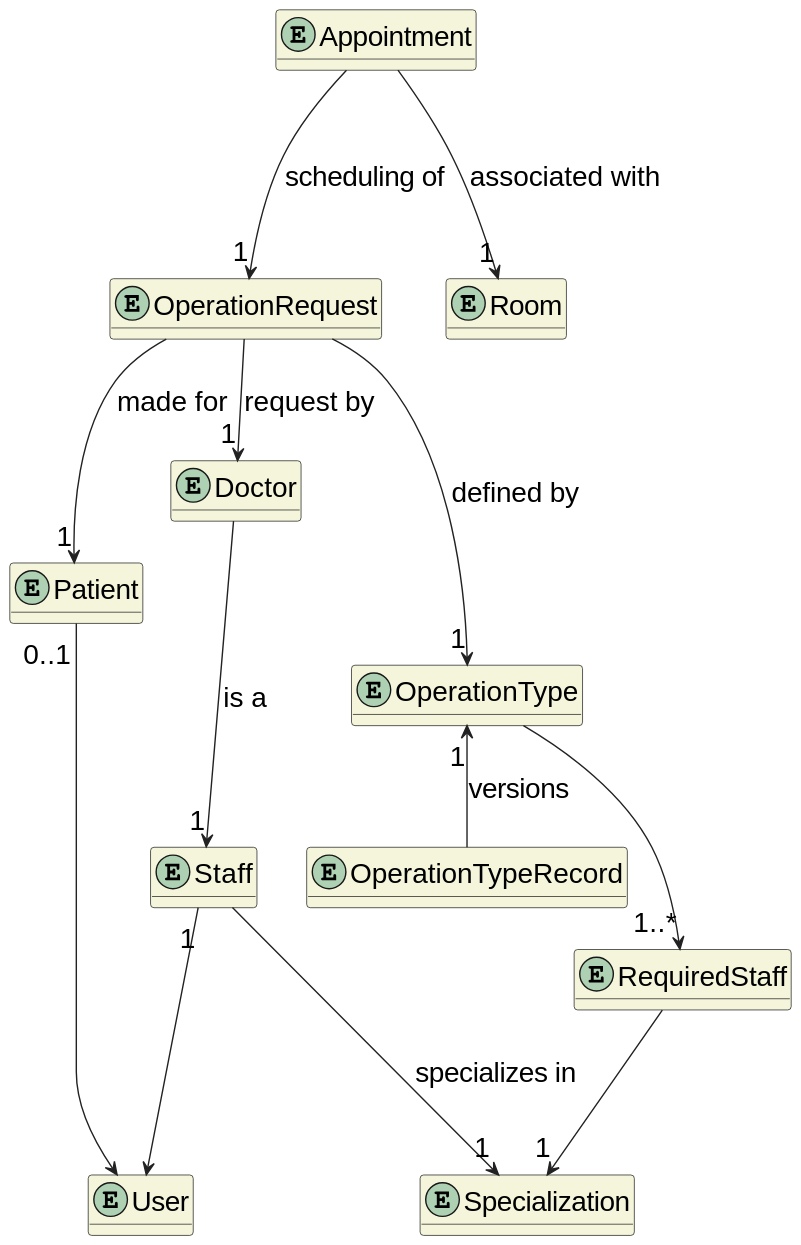
This is docs/sprint-3/team-decisions/domain-model/domain-model-simplification.svg from rita-barbosa/LAPR5-2425, a PlantUML export, as it was before one commit.
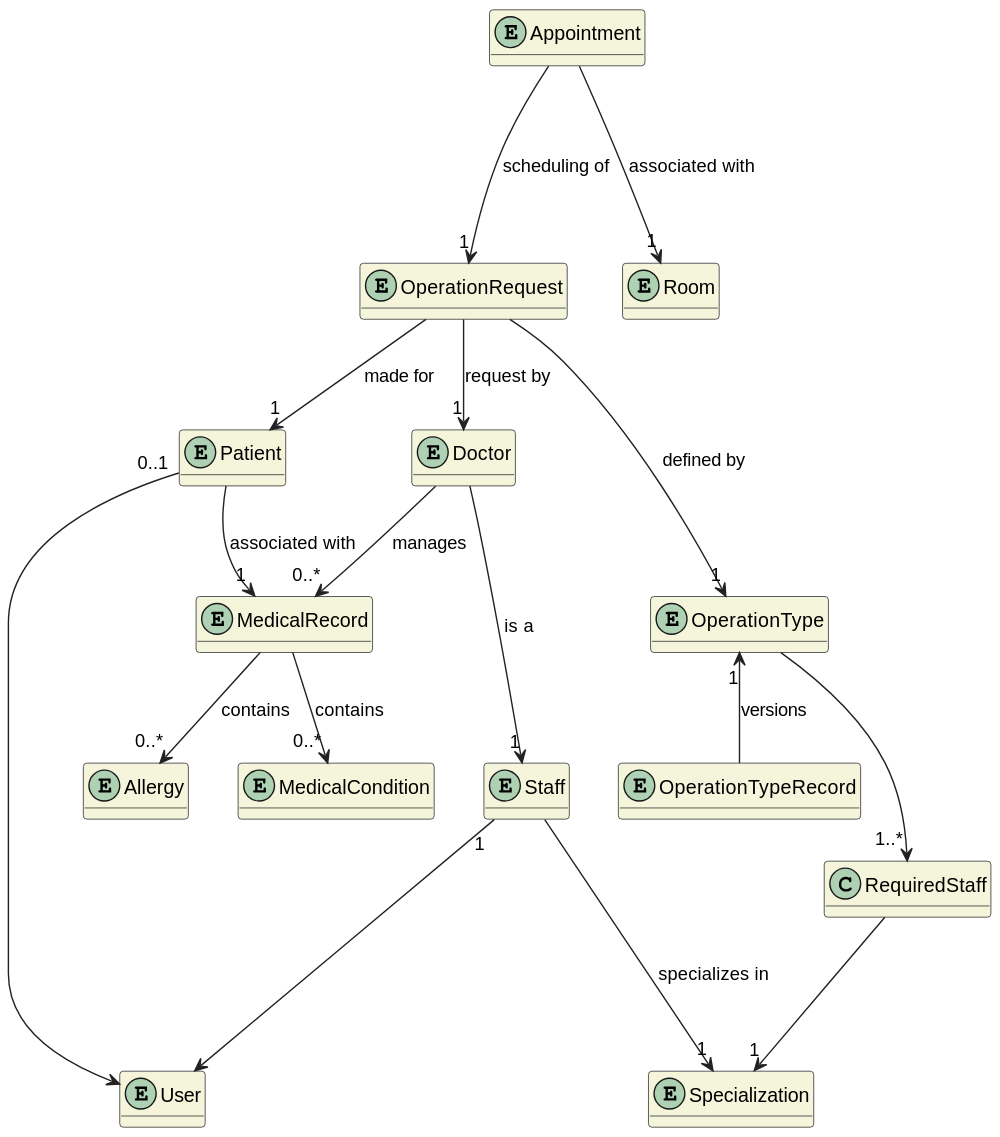
Above is the later version.

Commit message:
DG38-640 | docs: updates domain model simplification.

What changed in the source:
```diff
@@ -1,6 +1,4 @@
 @startuml
-skinparamlocked defaultFontSize 20
-
 skinparam classAttributeIconSize 0
 hide empty attributes
 skinparam classBackgroundColor beige
@@ -17,7 +15,9 @@
 entity OperationTypeRecord  {}
 entity Room {}
 entity Specialization {}
-entity RequiredStaff {}
+entity Allergy {}
+entity MedicalCondition {}
+entity MedicalRecord {}
 
 
 User <-up-- "1" Staff
@@ -32,4 +32,8 @@
 Appointment ---> "1" Room : associated with
 OperationType --> "1..*" RequiredStaff
 RequiredStaff --> "1" Specialization
+Patient --> "1" MedicalRecord : associated with
+MedicalRecord --> "0..*" MedicalCondition : contains
+MedicalRecord --> "0..*" Allergy : contains
+Doctor --> "0..*" MedicalRecord : manages
 @enduml
```
